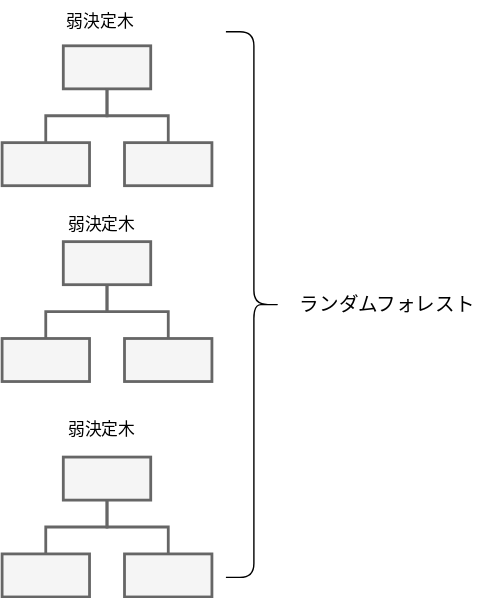
This is 09_アンサンブルの基本/img/random_overview.svg from progedu/zen-algorithm-for-ml-assets, a draw.io export, as it was before one commit. Source tidied: cells renumbered, new cells last; positions are measured from the earlier drawing's top-left corner, leaving out a move shared by most shapes.
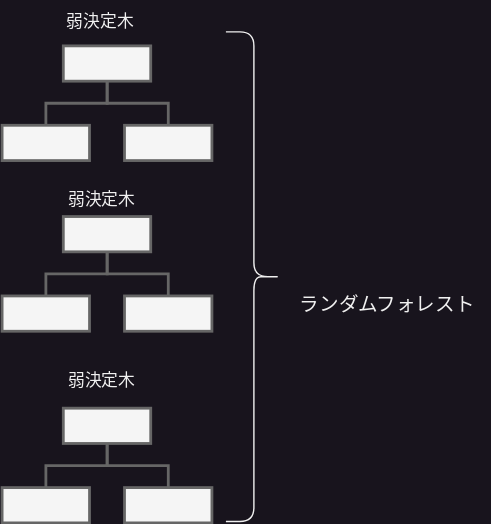
Above is the later version.

What changed in the source:
```diff
@@ -5,71 +5,71 @@
     <mxCell id="2" value="ランダムフォレスト" style="text;html=1;align=center;verticalAlign=middle;strokeColor=none;fillColor=none;fontSize=14;" parent="1" vertex="1">
       <mxGeometry x="200" y="202" width="150" height="30" as="geometry" />
     </mxCell>
-    <mxCell id="3" style="group;" parent="1" vertex="1">
-      <mxGeometry y="292" width="150" height="134" as="geometry" />
+    <mxCell id="3" value="弱決定木" style="text;html=1;align=center;verticalAlign=middle;strokeColor=none;fillColor=none;" parent="1" vertex="1">
+      <mxGeometry x="35" width="70" height="30" as="geometry" />
     </mxCell>
-    <mxCell id="4" style="group;" parent="3" vertex="1">
-      <mxGeometry y="34" width="150" height="100" as="geometry" />
+    <mxCell id="4" style="group;" parent="1" vertex="1">
+      <mxGeometry y="154" width="150" height="82" as="geometry" />
     </mxCell>
     <mxCell id="5" style="whiteSpace=wrap;html=1;fillColor=#f5f5f5;strokeColor=#666666;fontColor=#333333;strokeWidth=2;" parent="4" vertex="1">
-      <mxGeometry x="43.8" width="62.5" height="30.8" as="geometry" />
+      <mxGeometry x="43.8" width="62.5" height="25.2" as="geometry" />
     </mxCell>
     <mxCell id="6" style="whiteSpace=wrap;html=1;fillColor=#f5f5f5;strokeColor=#666666;fontColor=#333333;strokeWidth=2;" parent="4" vertex="1">
-      <mxGeometry y="69.2" width="62.5" height="30.8" as="geometry" />
+      <mxGeometry y="56.8" width="62.5" height="25.2" as="geometry" />
     </mxCell>
     <mxCell id="7" style="edgeStyle=orthogonalEdgeStyle;elbow=vertical;html=1;rounded=0;sourcePerimeterSpacing=0;targetPerimeterSpacing=0;startSize=6;endSize=6;curved=0;endArrow=none;endFill=0;fillColor=#f5f5f5;strokeColor=#666666;strokeWidth=2;" parent="4" edge="1" source="5" target="6">
       <mxGeometry relative="1" as="geometry" />
     </mxCell>
     <mxCell id="8" style="whiteSpace=wrap;html=1;fillColor=#f5f5f5;strokeColor=#666666;fontColor=#333333;strokeWidth=2;" parent="4" vertex="1">
-      <mxGeometry x="87.5" y="69.2" width="62.5" height="30.8" as="geometry" />
+      <mxGeometry x="87.5" y="56.8" width="62.5" height="25.2" as="geometry" />
     </mxCell>
     <mxCell id="9" style="edgeStyle=orthogonalEdgeStyle;elbow=vertical;html=1;rounded=0;sourcePerimeterSpacing=0;targetPerimeterSpacing=0;startSize=6;endSize=6;curved=0;endArrow=none;endFill=0;fillColor=#f5f5f5;strokeColor=#666666;strokeWidth=2;" parent="4" edge="1" source="5" target="8">
       <mxGeometry relative="1" as="geometry" />
     </mxCell>
-    <mxCell id="10" value="弱決定木" style="text;html=1;align=center;verticalAlign=middle;strokeColor=none;fillColor=none;" parent="3" vertex="1">
-      <mxGeometry x="36" width="70" height="30" as="geometry" />
+    <mxCell id="10" value="弱決定木" style="text;html=1;align=center;verticalAlign=middle;strokeColor=none;fillColor=none;" parent="1" vertex="1">
+      <mxGeometry x="36" y="127" width="70" height="30" as="geometry" />
     </mxCell>
-    <mxCell id="11" value="弱決定木" style="text;html=1;align=center;verticalAlign=middle;strokeColor=none;fillColor=none;" parent="1" vertex="1">
-      <mxGeometry x="35" width="70" height="30" as="geometry" />
+    <mxCell id="11" style="shape=curlyBracket;whiteSpace=wrap;html=1;rounded=1;flipH=1;labelPosition=right;verticalLabelPosition=middle;align=left;verticalAlign=middle;" parent="1" vertex="1">
+      <mxGeometry x="160" y="22" width="40" height="350" as="geometry" />
     </mxCell>
-    <mxCell id="12" style="whiteSpace=wrap;html=1;fillColor=#f5f5f5;strokeColor=#666666;fontColor=#333333;strokeWidth=2;" parent="1" vertex="1">
-      <mxGeometry x="43.8" y="32" width="62.5" height="30.8" as="geometry" />
+    <mxCell id="12" style="group;" parent="1" vertex="1">
+      <mxGeometry y="32" width="150" height="82" as="geometry" />
     </mxCell>
-    <mxCell id="13" style="whiteSpace=wrap;html=1;fillColor=#f5f5f5;strokeColor=#666666;fontColor=#333333;strokeWidth=2;" parent="1" vertex="1">
-      <mxGeometry y="101.2" width="62.5" height="30.8" as="geometry" />
+    <mxCell id="13" style="whiteSpace=wrap;html=1;fillColor=#f5f5f5;strokeColor=#666666;fontColor=#333333;strokeWidth=2;" parent="12" vertex="1">
+      <mxGeometry x="43.8" width="62.5" height="25.2" as="geometry" />
     </mxCell>
-    <mxCell id="14" style="edgeStyle=orthogonalEdgeStyle;elbow=vertical;html=1;rounded=0;sourcePerimeterSpacing=0;targetPerimeterSpacing=0;startSize=6;endSize=6;curved=0;endArrow=none;endFill=0;fillColor=#f5f5f5;strokeColor=#666666;strokeWidth=2;" parent="1" edge="1" source="12" target="13">
-      <mxGeometry relative="1" as="geometry" />
+    <mxCell id="14" style="whiteSpace=wrap;html=1;fillColor=#f5f5f5;strokeColor=#666666;fontColor=#333333;strokeWidth=2;" parent="12" vertex="1">
+      <mxGeometry y="56.8" width="62.5" height="25.2" as="geometry" />
     </mxCell>
-    <mxCell id="15" style="whiteSpace=wrap;html=1;fillColor=#f5f5f5;strokeColor=#666666;fontColor=#333333;strokeWidth=2;" parent="1" vertex="1">
-      <mxGeometry x="87.5" y="101.2" width="62.5" height="30.8" as="geometry" />
+    <mxCell id="15" style="edgeStyle=orthogonalEdgeStyle;elbow=vertical;html=1;rounded=0;sourcePerimeterSpacing=0;targetPerimeterSpacing=0;startSize=6;endSize=6;curved=0;endArrow=none;endFill=0;fillColor=#f5f5f5;strokeColor=#666666;strokeWidth=2;" parent="12" edge="1" source="13" target="14">
+      <mxGeometry relative="1" as="geometry" />
     </mxCell>
-    <mxCell id="16" style="edgeStyle=orthogonalEdgeStyle;elbow=vertical;html=1;rounded=0;sourcePerimeterSpacing=0;targetPerimeterSpacing=0;startSize=6;endSize=6;curved=0;endArrow=none;endFill=0;fillColor=#f5f5f5;strokeColor=#666666;strokeWidth=2;" parent="1" edge="1" source="12" target="15">
-      <mxGeometry relative="1" as="geometry" />
+    <mxCell id="16" style="whiteSpace=wrap;html=1;fillColor=#f5f5f5;strokeColor=#666666;fontColor=#333333;strokeWidth=2;" parent="12" vertex="1">
+      <mxGeometry x="87.5" y="56.8" width="62.5" height="25.2" as="geometry" />
     </mxCell>
-    <mxCell id="17" style="group;" parent="1" vertex="1">
-      <mxGeometry y="172" width="150" height="100" as="geometry" />
+    <mxCell id="17" style="edgeStyle=orthogonalEdgeStyle;elbow=vertical;html=1;rounded=0;sourcePerimeterSpacing=0;targetPerimeterSpacing=0;startSize=6;endSize=6;curved=0;endArrow=none;endFill=0;fillColor=#f5f5f5;strokeColor=#666666;strokeWidth=2;" parent="12" edge="1" source="13" target="16">
+      <mxGeometry relative="1" as="geometry" />
     </mxCell>
-    <mxCell id="18" style="whiteSpace=wrap;html=1;fillColor=#f5f5f5;strokeColor=#666666;fontColor=#333333;strokeWidth=2;" parent="17" vertex="1">
-      <mxGeometry x="43.8" width="62.5" height="30.8" as="geometry" />
+    <mxCell id="18" style="group;" parent="1" vertex="1">
+      <mxGeometry y="291" width="150" height="82" as="geometry" />
     </mxCell>
-    <mxCell id="19" style="whiteSpace=wrap;html=1;fillColor=#f5f5f5;strokeColor=#666666;fontColor=#333333;strokeWidth=2;" parent="17" vertex="1">
-      <mxGeometry y="69.2" width="62.5" height="30.8" as="geometry" />
+    <mxCell id="19" style="whiteSpace=wrap;html=1;fillColor=#f5f5f5;strokeColor=#666666;fontColor=#333333;strokeWidth=2;" parent="18" vertex="1">
+      <mxGeometry x="43.8" width="62.5" height="25.2" as="geometry" />
     </mxCell>
-    <mxCell id="20" style="edgeStyle=orthogonalEdgeStyle;elbow=vertical;html=1;rounded=0;sourcePerimeterSpacing=0;targetPerimeterSpacing=0;startSize=6;endSize=6;curved=0;endArrow=none;endFill=0;fillColor=#f5f5f5;strokeColor=#666666;strokeWidth=2;" parent="17" edge="1" source="18" target="19">
-      <mxGeometry relative="1" as="geometry" />
+    <mxCell id="20" style="whiteSpace=wrap;html=1;fillColor=#f5f5f5;strokeColor=#666666;fontColor=#333333;strokeWidth=2;" parent="18" vertex="1">
+      <mxGeometry y="56.8" width="62.5" height="25.2" as="geometry" />
     </mxCell>
-    <mxCell id="21" style="whiteSpace=wrap;html=1;fillColor=#f5f5f5;strokeColor=#666666;fontColor=#333333;strokeWidth=2;" parent="17" vertex="1">
-      <mxGeometry x="87.5" y="69.2" width="62.5" height="30.8" as="geometry" />
+    <mxCell id="21" style="edgeStyle=orthogonalEdgeStyle;elbow=vertical;html=1;rounded=0;sourcePerimeterSpacing=0;targetPerimeterSpacing=0;startSize=6;endSize=6;curved=0;endArrow=none;endFill=0;fillColor=#f5f5f5;strokeColor=#666666;strokeWidth=2;" parent="18" edge="1" source="19" target="20">
+      <mxGeometry relative="1" as="geometry" />
     </mxCell>
-    <mxCell id="22" style="edgeStyle=orthogonalEdgeStyle;elbow=vertical;html=1;rounded=0;sourcePerimeterSpacing=0;targetPerimeterSpacing=0;startSize=6;endSize=6;curved=0;endArrow=none;endFill=0;fillColor=#f5f5f5;strokeColor=#666666;strokeWidth=2;" parent="17" edge="1" source="18" target="21">
-      <mxGeometry relative="1" as="geometry" />
+    <mxCell id="22" style="whiteSpace=wrap;html=1;fillColor=#f5f5f5;strokeColor=#666666;fontColor=#333333;strokeWidth=2;" parent="18" vertex="1">
+      <mxGeometry x="87.5" y="56.8" width="62.5" height="25.2" as="geometry" />
     </mxCell>
-    <mxCell id="23" value="弱決定木" style="text;html=1;align=center;verticalAlign=middle;strokeColor=none;fillColor=none;" parent="1" vertex="1">
-      <mxGeometry x="36" y="145" width="70" height="30" as="geometry" />
+    <mxCell id="23" style="edgeStyle=orthogonalEdgeStyle;elbow=vertical;html=1;rounded=0;sourcePerimeterSpacing=0;targetPerimeterSpacing=0;startSize=6;endSize=6;curved=0;endArrow=none;endFill=0;fillColor=#f5f5f5;strokeColor=#666666;strokeWidth=2;" parent="18" edge="1" source="19" target="22">
+      <mxGeometry relative="1" as="geometry" />
     </mxCell>
-    <mxCell id="24" style="shape=curlyBracket;whiteSpace=wrap;html=1;rounded=1;flipH=1;labelPosition=right;verticalLabelPosition=middle;align=left;verticalAlign=middle;" parent="1" vertex="1">
-      <mxGeometry x="160" y="22" width="40" height="390" as="geometry" />
+    <mxCell id="24" value="弱決定木" style="text;html=1;align=center;verticalAlign=middle;strokeColor=none;fillColor=none;" parent="1" vertex="1">
+      <mxGeometry x="36" y="257" width="70" height="30" as="geometry" />
     </mxCell>
   </root>
 </mxGraphModel>
```
